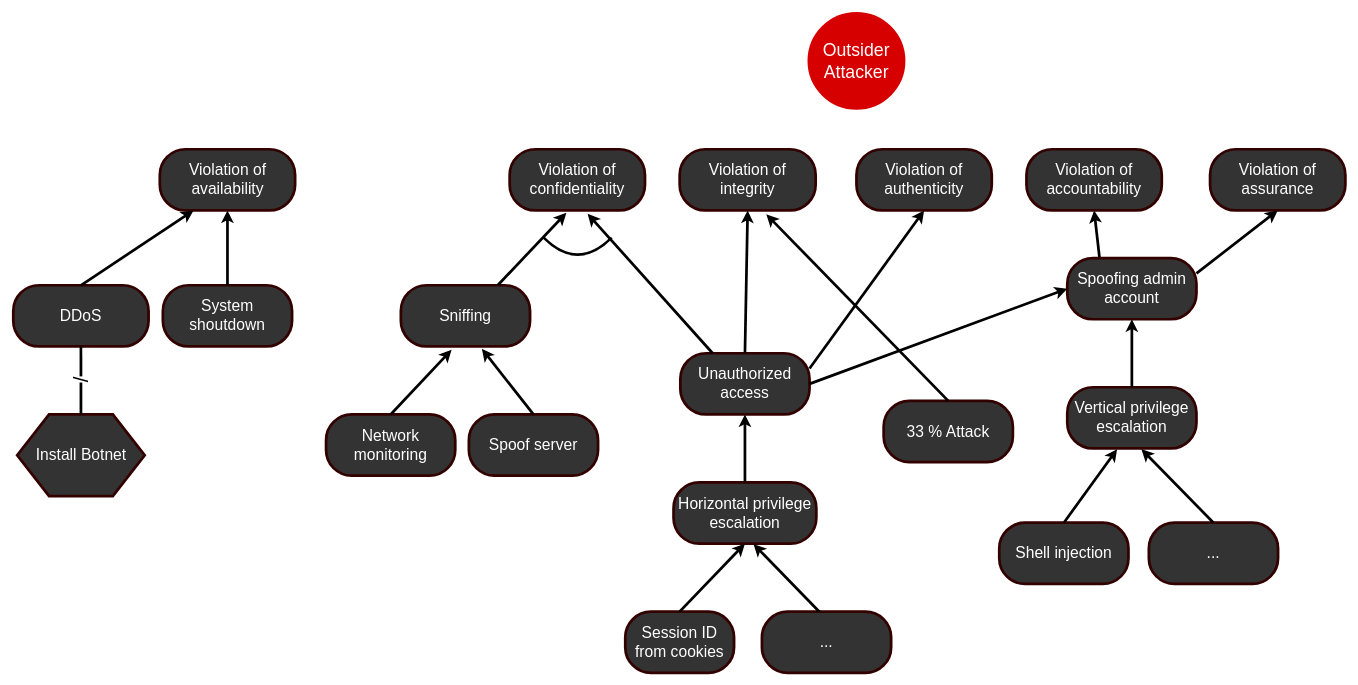
marzdeveloper/SoftwareCybersecurity keeps this draw.io diagram as Outsider attack trees.drawio. Above is the earlier version. Source tidied: cells renumbered, new cells numbered last; positions are measured from the earlier drawing's top-left corner, leaving out a move shared by most shapes. Both pictures are drawn from the tidied source at 68%, with x=0, y=0 at pixel (13, 13).
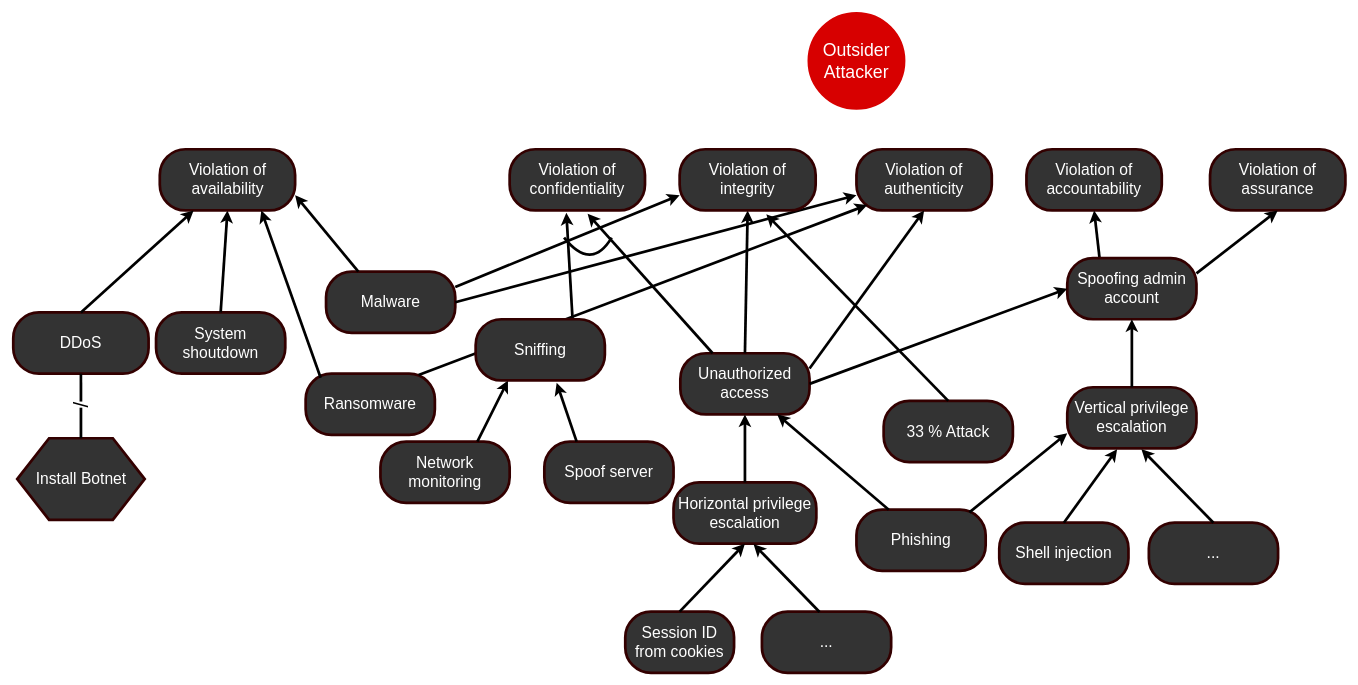
The same page after the edit.

Unchanged cells that the change refers to:
```xml
<mxCell id="3" value="&lt;font color=&quot;#ffffff&quot; style=&quot;font-size: 23px&quot;&gt;Violation of authenticity&lt;/font&gt;" style="rounded=1;whiteSpace=wrap;html=1;strokeColor=#330000;strokeWidth=4;fillColor=#333333;gradientColor=none;arcSize=42;" parent="1" vertex="1">
  <mxGeometry x="1240" y="200" width="199" height="90" as="geometry" />
</mxCell>
<mxCell id="11" value="&lt;font color=&quot;#ffffff&quot;&gt;&lt;span style=&quot;font-size: 23px&quot;&gt;Unauthorized access&lt;/span&gt;&lt;/font&gt;" style="rounded=1;whiteSpace=wrap;html=1;strokeColor=#330000;strokeWidth=4;fillColor=#333333;gradientColor=none;arcSize=42;" parent="1" vertex="1">
  <mxGeometry x="981" y="500" width="190" height="90" as="geometry" />
</mxCell>
<mxCell id="32" value="&lt;font color=&quot;#ffffff&quot; style=&quot;font-size: 23px&quot;&gt;Violation of availability&lt;/font&gt;" style="rounded=1;whiteSpace=wrap;html=1;strokeColor=#330000;strokeWidth=4;fillColor=#333333;gradientColor=none;arcSize=42;" parent="1" vertex="1">
  <mxGeometry x="215.5" y="200" width="199" height="90" as="geometry" />
</mxCell>
<mxCell id="39" value="&lt;font color=&quot;#ffffff&quot;&gt;&lt;span style=&quot;font-size: 23px&quot;&gt;Vertical privilege escalation&lt;/span&gt;&lt;/font&gt;" style="rounded=1;whiteSpace=wrap;html=1;strokeColor=#330000;strokeWidth=4;fillColor=#333333;gradientColor=none;arcSize=42;" parent="1" vertex="1">
  <mxGeometry x="1550" y="550" width="190" height="90" as="geometry" />
</mxCell>
```

Change to the diagram source:
```diff
@@
-    <mxCell id="4" value="&lt;font color=&quot;#ffffff&quot; style=&quot;font-size: 23px&quot;&gt;Violation of confidentiality&lt;/font&gt;&lt;span style=&quot;font-family: monospace ; font-size: 0px&quot;&gt;3CmxGraphModel%3E%3Croot%3E%3CmxCell%20id%3D%220%22%2F%3E%3CmxCell%20id%3D%221%22%20parent%3D%220%22%2F%3E%3CmxCell%20id%3D%222%22%20value%3D%22%26lt%3Bfont%20color%3D%26quot%3B%23ffffff%26quot%3B%20style%3D%26quot%3Bfont-size%3A%2023px%26quot%3B%26gt%3BViolation%20of%20availability%26lt%3B%2Ffont%26gt%3B%22%20style%3D%22rounded%3D1%3BwhiteSpace%3Dwrap%3Bhtml%3D1%3BstrokeColor%3D%23330000%3BstrokeWidth%3D4%3BfillColor%3D%23333333%3BgradientColor%3Dnone%3BarcSize%3D42%3B%22%20vertex%3D%221%22%20parent%3D%221%22%3E%3CmxGeometry%20x%3D%22530%22%20y%3D%22260%22%20width%3D%22199%22%20height%3D%2290%22%20as%3D%22geometry%22%2F%3E%3C%2FmxCell%3E%3C%2Froot%3E%3C%2FmxGraphModel%3E&lt;/span&gt;" style="rounded=1;whiteSpace=wrap;html=1;strokeColor=#330000;strokeWidth=4;fillColor=#333333;gradientColor=none;arcSize=42;" parent="1" vertex="1">
-      <mxGeometry x="730" y="200" width="199" height="90" as="geometry" />
-    </mxCell>
-    <mxCell id="5" value="&lt;font color=&quot;#ffffff&quot; style=&quot;font-size: 23px&quot;&gt;Violation of integrity&lt;/font&gt;" style="rounded=1;whiteSpace=wrap;html=1;strokeColor=#330000;strokeWidth=4;fillColor=#333333;gradientColor=none;arcSize=42;" parent="1" vertex="1">
-      <mxGeometry x="980" y="200" width="200" height="90" as="geometry" />
-    </mxCell>
@@
     <mxCell id="8" value="&lt;font color=&quot;#ffffff&quot;&gt;&lt;span style=&quot;font-size: 23px&quot;&gt;System shoutdown&lt;/span&gt;&lt;/font&gt;" style="rounded=1;whiteSpace=wrap;html=1;strokeColor=#330000;strokeWidth=4;fillColor=#333333;gradientColor=none;arcSize=42;" parent="1" vertex="1">
-      <mxGeometry x="220" y="400" width="190" height="90" as="geometry" />
+      <mxGeometry x="210" y="440" width="190" height="90" as="geometry" />
     </mxCell>
@@
-    <mxCell id="10" value="&lt;font color=&quot;#ffffff&quot;&gt;&lt;span style=&quot;font-size: 23px&quot;&gt;Sniffing&lt;/span&gt;&lt;/font&gt;" style="rounded=1;whiteSpace=wrap;html=1;strokeColor=#330000;strokeWidth=4;fillColor=#333333;gradientColor=none;arcSize=42;" parent="1" vertex="1">
-      <mxGeometry x="570" y="400" width="190" height="90" as="geometry" />
-    </mxCell>
@@
     <mxCell id="12" value="&lt;font color=&quot;#ffffff&quot;&gt;&lt;span style=&quot;font-size: 23px&quot;&gt;Network monitoring&lt;/span&gt;&lt;/font&gt;" style="rounded=1;whiteSpace=wrap;html=1;strokeColor=#330000;strokeWidth=4;fillColor=#333333;gradientColor=none;arcSize=42;" parent="1" vertex="1">
-      <mxGeometry x="460" y="590" width="190" height="90" as="geometry" />
+      <mxGeometry x="540" y="630" width="190" height="90" as="geometry" />
     </mxCell>
     <mxCell id="13" value="&lt;font color=&quot;#ffffff&quot;&gt;&lt;span style=&quot;font-size: 23px&quot;&gt;Spoof server&lt;/span&gt;&lt;/font&gt;" style="rounded=1;whiteSpace=wrap;html=1;strokeColor=#330000;strokeWidth=4;fillColor=#333333;gradientColor=none;arcSize=42;" parent="1" vertex="1">
-      <mxGeometry x="670" y="590" width="190" height="90" as="geometry" />
+      <mxGeometry x="781" y="630" width="190" height="90" as="geometry" />
     </mxCell>
@@
-    <mxCell id="16" style="endArrow=classic;html=1;strokeColor=#000000;strokeWidth=4;fontColor=#FFD966;entryX=0.576;entryY=1.054;entryDx=0;entryDy=0;exitX=0.25;exitY=0;exitDx=0;exitDy=0;entryPerimeter=0;" parent="1" edge="1" source="11" target="4">
-      <mxGeometry relative="1" as="geometry" />
-    </mxCell>
     <mxCell id="17" style="endArrow=none;html=1;strokeColor=#000000;strokeWidth=4;fontColor=#FFD966;curved=1;" parent="1" edge="1">
       <mxGeometry relative="1" as="geometry">
-        <mxPoint x="780" y="330" as="sourcePoint" />
+        <mxPoint x="810" y="330" as="sourcePoint" />
         <mxPoint x="880" y="330" as="targetPoint" />
         <Array as="points">
-          <mxPoint x="830" y="380" />
+          <mxPoint x="850" y="380" />
         </Array>
       </mxGeometry>
     </mxCell>
-    <mxCell id="18" style="endArrow=classic;html=1;strokeColor=#000000;strokeWidth=4;fontColor=#FFD966;exitX=0.5;exitY=0;exitDx=0;exitDy=0;entryX=0.393;entryY=1.054;entryDx=0;entryDy=0;entryPerimeter=0;" parent="1" edge="1" source="12" target="10">
+    <mxCell id="18" style="endArrow=classic;html=1;strokeColor=#000000;strokeWidth=4;fontColor=#FFD966;exitX=0.75;exitY=0;exitDx=0;exitDy=0;entryX=0.25;entryY=1;entryDx=0;entryDy=0;" parent="1" edge="1" source="12" target="10">
       <mxGeometry relative="1" as="geometry" />
     </mxCell>
-    <mxCell id="19" style="endArrow=classic;html=1;strokeColor=#000000;strokeWidth=4;fontColor=#FFD966;entryX=0.627;entryY=1.038;entryDx=0;entryDy=0;entryPerimeter=0;exitX=0.5;exitY=0;exitDx=0;exitDy=0;" parent="1" edge="1" source="13" target="10">
+    <mxCell id="19" style="endArrow=classic;html=1;strokeColor=#000000;strokeWidth=4;fontColor=#FFD966;entryX=0.627;entryY=1.038;entryDx=0;entryDy=0;entryPerimeter=0;exitX=0.25;exitY=0;exitDx=0;exitDy=0;" parent="1" edge="1" source="13" target="10">
       <mxGeometry relative="1" as="geometry" />
     </mxCell>
@@
     <mxCell id="33" value="&lt;font color=&quot;#ffffff&quot; style=&quot;font-size: 23px&quot;&gt;DDoS&lt;/font&gt;" style="rounded=1;whiteSpace=wrap;html=1;strokeColor=#330000;strokeWidth=4;fillColor=#333333;gradientColor=none;arcSize=42;" parent="1" vertex="1">
-      <mxGeometry y="400" width="199" height="90" as="geometry" />
+      <mxGeometry y="440" width="199" height="90" as="geometry" />
     </mxCell>
@@
     <mxCell id="35" value="&lt;font style=&quot;font-size: 23px&quot;&gt;Install Botnet&lt;/font&gt;" style="shape=hexagon;perimeter=hexagonPerimeter2;whiteSpace=wrap;html=1;fillColor=#333333;fontColor=#FFFFFF;rounded=0;strokeWidth=4;strokeColor=#330000;" parent="1" vertex="1">
-      <mxGeometry x="5.8" y="590" width="187.5" height="120" as="geometry" />
+      <mxGeometry x="5.8" y="625" width="187.5" height="120" as="geometry" />
     </mxCell>
@@
+    <mxCell id="45" value="&lt;font color=&quot;#ffffff&quot;&gt;&lt;span style=&quot;font-size: 23px&quot;&gt;Malware&lt;/span&gt;&lt;/font&gt;" style="rounded=1;whiteSpace=wrap;html=1;strokeColor=#330000;strokeWidth=4;fillColor=#333333;gradientColor=none;arcSize=42;" parent="1" vertex="1">
+      <mxGeometry x="460" y="380" width="190" height="90" as="geometry" />
+    </mxCell>
+    <mxCell id="46" value="&lt;font color=&quot;#ffffff&quot;&gt;&lt;span style=&quot;font-size: 23px&quot;&gt;Ransomware&lt;/span&gt;&lt;/font&gt;" style="rounded=1;whiteSpace=wrap;html=1;strokeColor=#330000;strokeWidth=4;fillColor=#333333;gradientColor=none;arcSize=42;" parent="1" vertex="1">
+      <mxGeometry x="430" y="530" width="190" height="90" as="geometry" />
+    </mxCell>
+    <mxCell id="47" style="endArrow=classic;html=1;strokeColor=#000000;strokeWidth=4;fontColor=#FFD966;exitX=1;exitY=0.25;exitDx=0;exitDy=0;entryX=0;entryY=0.75;entryDx=0;entryDy=0;" parent="1" edge="1" source="45" target="5">
+      <mxGeometry relative="1" as="geometry" />
+    </mxCell>
+    <mxCell id="48" style="endArrow=classic;html=1;strokeColor=#000000;strokeWidth=4;fontColor=#FFD966;exitX=0.25;exitY=0;exitDx=0;exitDy=0;entryX=1;entryY=0.75;entryDx=0;entryDy=0;" parent="1" edge="1" source="45" target="32">
+      <mxGeometry relative="1" as="geometry" />
+    </mxCell>
+    <mxCell id="49" style="endArrow=classic;html=1;strokeColor=#000000;strokeWidth=4;fontColor=#FFD966;exitX=1;exitY=0.5;exitDx=0;exitDy=0;entryX=0;entryY=0.75;entryDx=0;entryDy=0;" parent="1" edge="1" source="45" target="3">
+      <mxGeometry relative="1" as="geometry" />
+    </mxCell>
+    <mxCell id="16" style="endArrow=classic;html=1;strokeColor=#000000;strokeWidth=4;fontColor=#FFD966;entryX=0.576;entryY=1.054;entryDx=0;entryDy=0;exitX=0.25;exitY=0;exitDx=0;exitDy=0;entryPerimeter=0;" parent="1" edge="1" source="11" target="4">
+      <mxGeometry relative="1" as="geometry" />
+    </mxCell>
+    <mxCell id="50" style="endArrow=classic;html=1;strokeColor=#000000;strokeWidth=4;fontColor=#FFD966;exitX=0.116;exitY=0.067;exitDx=0;exitDy=0;entryX=0.75;entryY=1;entryDx=0;entryDy=0;exitPerimeter=0;" parent="1" edge="1" source="46" target="32">
+      <mxGeometry relative="1" as="geometry" />
+    </mxCell>
+    <mxCell id="51" style="endArrow=classic;html=1;strokeColor=#000000;strokeWidth=4;fontColor=#FFD966;exitX=0.874;exitY=0.022;exitDx=0;exitDy=0;entryX=0.08;entryY=0.911;entryDx=0;entryDy=0;exitPerimeter=0;entryPerimeter=0;" parent="1" edge="1" source="46" target="3">
+      <mxGeometry relative="1" as="geometry" />
+    </mxCell>
+    <mxCell id="52" value="&lt;font color=&quot;#ffffff&quot;&gt;&lt;span style=&quot;font-size: 23px&quot;&gt;Phishing&lt;br&gt;&lt;/span&gt;&lt;/font&gt;" style="rounded=1;whiteSpace=wrap;html=1;strokeColor=#330000;strokeWidth=4;fillColor=#333333;gradientColor=none;arcSize=42;" parent="1" vertex="1">
+      <mxGeometry x="1240" y="730" width="190" height="90" as="geometry" />
+    </mxCell>
+    <mxCell id="53" style="endArrow=classic;html=1;strokeColor=#000000;strokeWidth=4;fontColor=#FFD966;entryX=0;entryY=0.75;entryDx=0;entryDy=0;exitX=0.874;exitY=0.044;exitDx=0;exitDy=0;exitPerimeter=0;" parent="1" edge="1" source="52" target="39">
+      <mxGeometry relative="1" as="geometry" />
+    </mxCell>
+    <mxCell id="54" style="endArrow=classic;html=1;strokeColor=#000000;strokeWidth=4;fontColor=#FFD966;entryX=0.75;entryY=1;entryDx=0;entryDy=0;exitX=0.25;exitY=0;exitDx=0;exitDy=0;" parent="1" edge="1" source="52" target="11">
+      <mxGeometry relative="1" as="geometry" />
+    </mxCell>
+    <mxCell id="4" value="&lt;font color=&quot;#ffffff&quot; style=&quot;font-size: 23px&quot;&gt;Violation of confidentiality&lt;/font&gt;&lt;span style=&quot;font-family: monospace ; font-size: 0px&quot;&gt;3CmxGraphModel%3E%3Croot%3E%3CmxCell%20id%3D%220%22%2F%3E%3CmxCell%20id%3D%221%22%20parent%3D%220%22%2F%3E%3CmxCell%20id%3D%222%22%20value%3D%22%26lt%3Bfont%20color%3D%26quot%3B%23ffffff%26quot%3B%20style%3D%26quot%3Bfont-size%3A%2023px%26quot%3B%26gt%3BViolation%20of%20availability%26lt%3B%2Ffont%26gt%3B%22%20style%3D%22rounded%3D1%3BwhiteSpace%3Dwrap%3Bhtml%3D1%3BstrokeColor%3D%23330000%3BstrokeWidth%3D4%3BfillColor%3D%23333333%3BgradientColor%3Dnone%3BarcSize%3D42%3B%22%20vertex%3D%221%22%20parent%3D%221%22%3E%3CmxGeometry%20x%3D%22530%22%20y%3D%22260%22%20width%3D%22199%22%20height%3D%2290%22%20as%3D%22geometry%22%2F%3E%3C%2FmxCell%3E%3C%2Froot%3E%3C%2FmxGraphModel%3E&lt;/span&gt;" style="rounded=1;whiteSpace=wrap;html=1;strokeColor=#330000;strokeWidth=4;fillColor=#333333;gradientColor=none;arcSize=42;" parent="1" vertex="1">
+      <mxGeometry x="730" y="200" width="199" height="90" as="geometry" />
+    </mxCell>
+    <mxCell id="5" value="&lt;font color=&quot;#ffffff&quot; style=&quot;font-size: 23px&quot;&gt;Violation of integrity&lt;/font&gt;" style="rounded=1;whiteSpace=wrap;html=1;strokeColor=#330000;strokeWidth=4;fillColor=#333333;gradientColor=none;arcSize=42;" parent="1" vertex="1">
+      <mxGeometry x="980" y="200" width="200" height="90" as="geometry" />
+    </mxCell>
+    <mxCell id="10" value="&lt;font color=&quot;#ffffff&quot;&gt;&lt;span style=&quot;font-size: 23px&quot;&gt;Sniffing&lt;/span&gt;&lt;/font&gt;" style="rounded=1;whiteSpace=wrap;html=1;strokeColor=#330000;strokeWidth=4;fillColor=#333333;gradientColor=none;arcSize=42;" parent="1" vertex="1">
+      <mxGeometry x="680" y="450" width="190" height="90" as="geometry" />
+    </mxCell>
```
